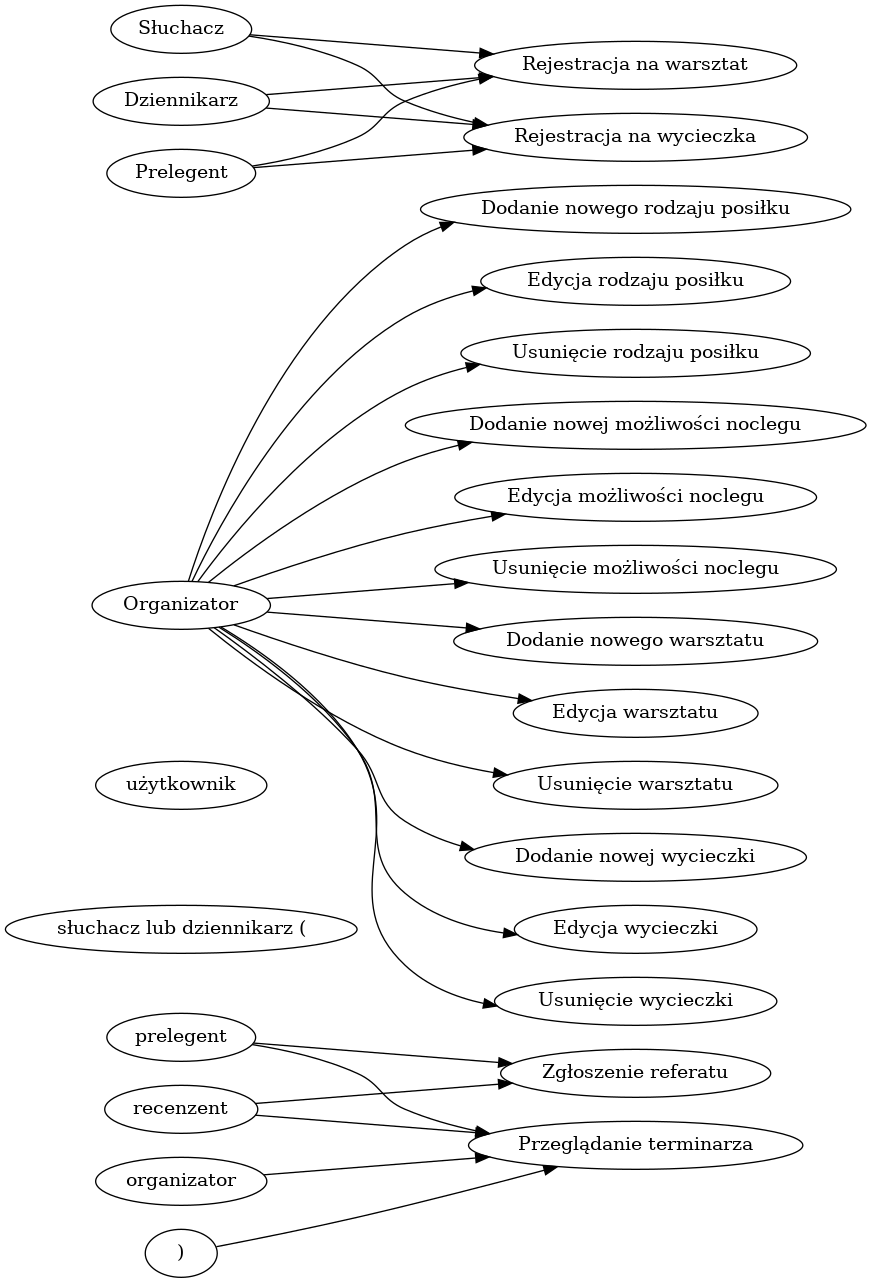
Above: przypadki.png in zyla/iop_konferencja (Graphviz), before the change. Its source is kept beside it as przypadki.dot.
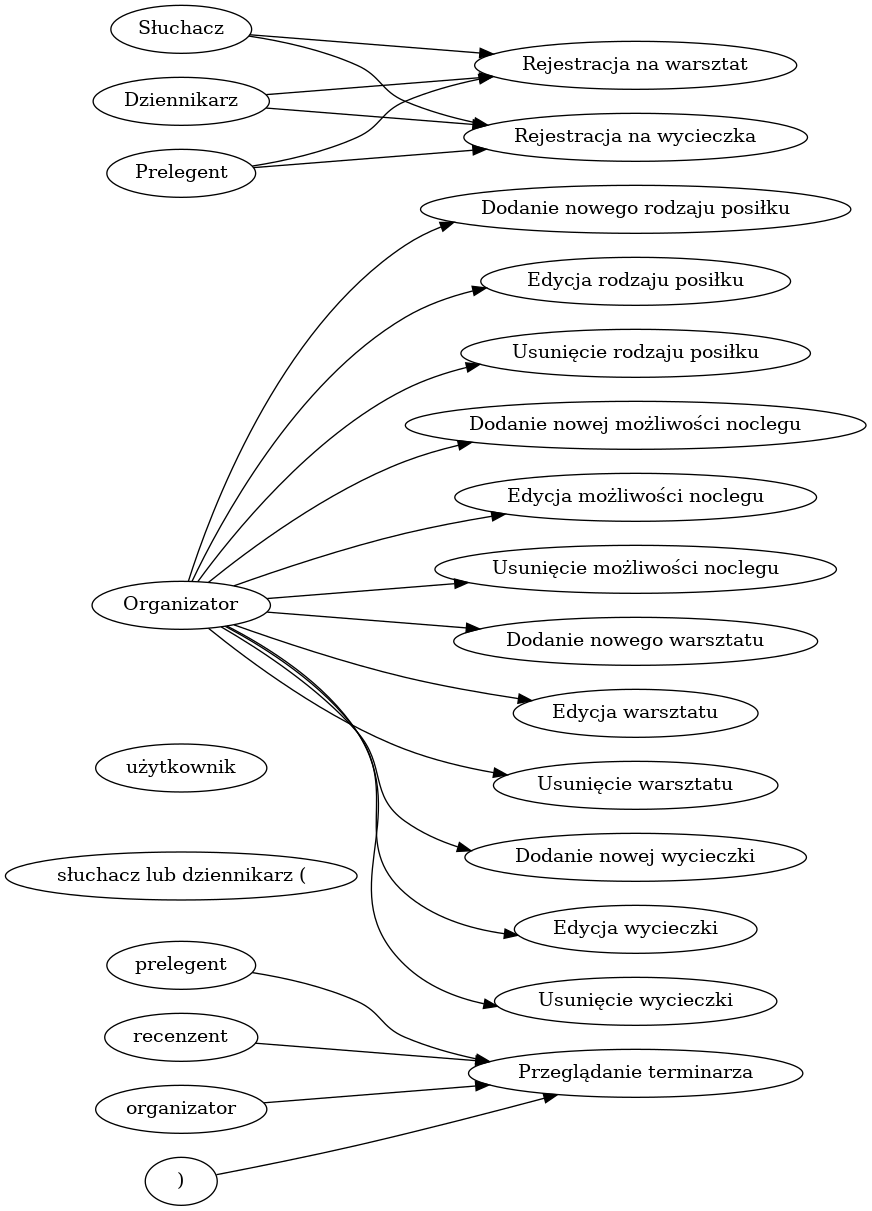
Later version of the same file.

Change to the diagram source:
```diff
@@ -1,6 +1,4 @@
-digraph { rankdir=LR; "prelegent" -> "Zgłoszenie referatu"
-"recenzent" -> "Zgłoszenie referatu"
-"prelegent" -> "Przeglądanie terminarza"
+digraph { rankdir=LR; "prelegent" -> "Przeglądanie terminarza"
 "recenzent" -> "Przeglądanie terminarza"
 "organizator" -> "Przeglądanie terminarza"
 "słuchacz lub dziennikarz ("użytkownik")" -> "Przeglądanie terminarza"
```
